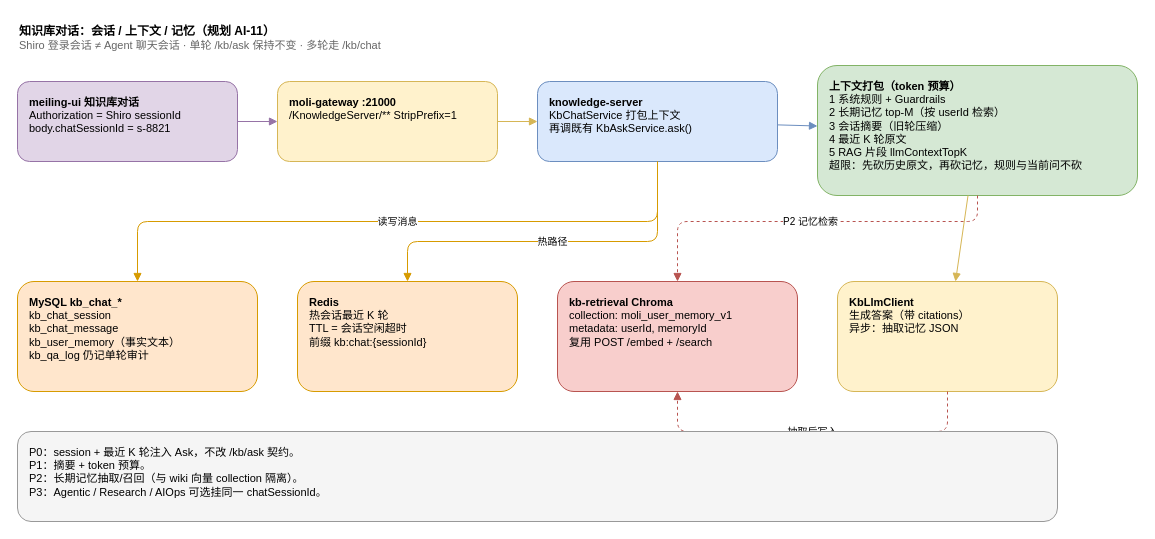
This is page "Session Context Memory" (1 of 2) of docs/diagrams/moli-kb-agent-memory.drawio from wujinsen/moli-project-distribute, a draw.io file, before an edit. Source tidied: cells renumbered, new cells numbered last; positions are measured from the earlier drawing's top-left corner, leaving out a move shared by most shapes. Both pictures are drawn from the tidied source at 100%, with x=0, y=0 at pixel (17, 17).
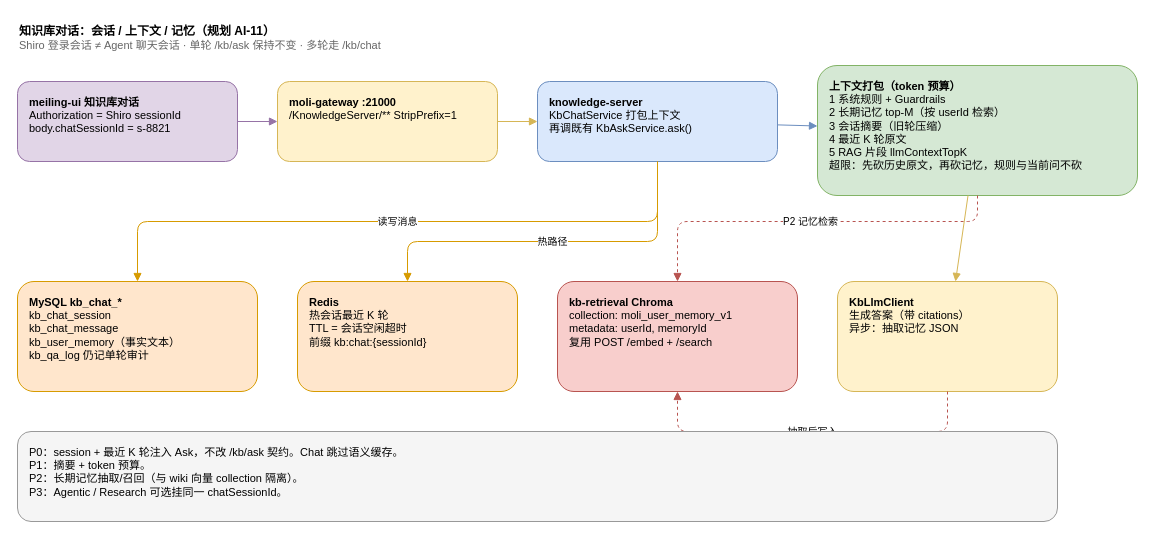
The same diagram, later.

Change to the diagram source:
```diff
@@
-    <mxCell id="19" value="P0：session + 最近 K 轮注入 Ask，不改 /kb/ask 契约。&#10;P1：摘要 + token 预算。&#10;P2：长期记忆抽取/召回（与 wiki 向量 collection 隔离）。&#10;P3：Agentic / Research / AIOps 可选挂同一 chatSessionId。" style="rounded=1;whiteSpace=wrap;html=1;fillColor=#f5f5f5;strokeColor=#999999;align=left;verticalAlign=top;spacingLeft=10;spacingTop=8;fontSize=11;" parent="1" vertex="1">
+    <mxCell id="19" value="P0：session + 最近 K 轮注入 Ask，不改 /kb/ask 契约。Chat 跳过语义缓存。&#10;P1：摘要 + token 预算。&#10;P2：长期记忆抽取/召回（与 wiki 向量 collection 隔离）。&#10;P3：Agentic / Research 可选挂同一 chatSessionId。" style="rounded=1;whiteSpace=wrap;html=1;fillColor=#f5f5f5;strokeColor=#999999;align=left;verticalAlign=top;spacingLeft=10;spacingTop=8;fontSize=11;" parent="1" vertex="1">
       <mxGeometry y="414" width="1040" height="90" as="geometry" />
     </mxCell>
```
